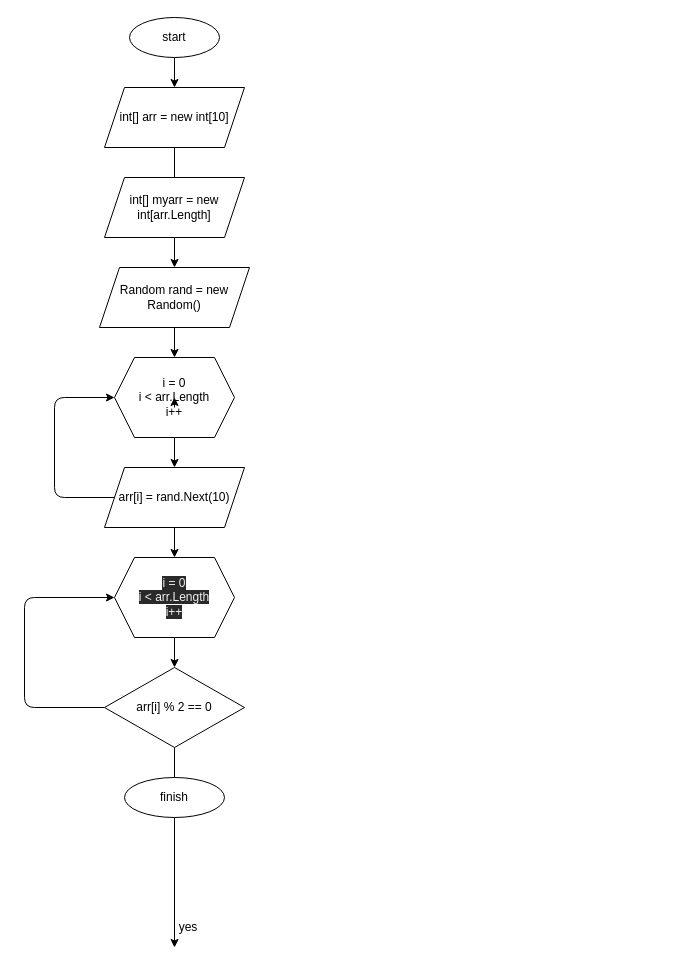
This is block diagram.drawio from dapir/credit-work, a draw.io file, before an edit. Source tidied: cells renumbered, new cells numbered last; positions are measured from the earlier drawing's top-left corner, leaving out a move shared by most shapes. Both pictures are drawn from the tidied source at 100%, with x=0, y=0 at pixel (24, 17).
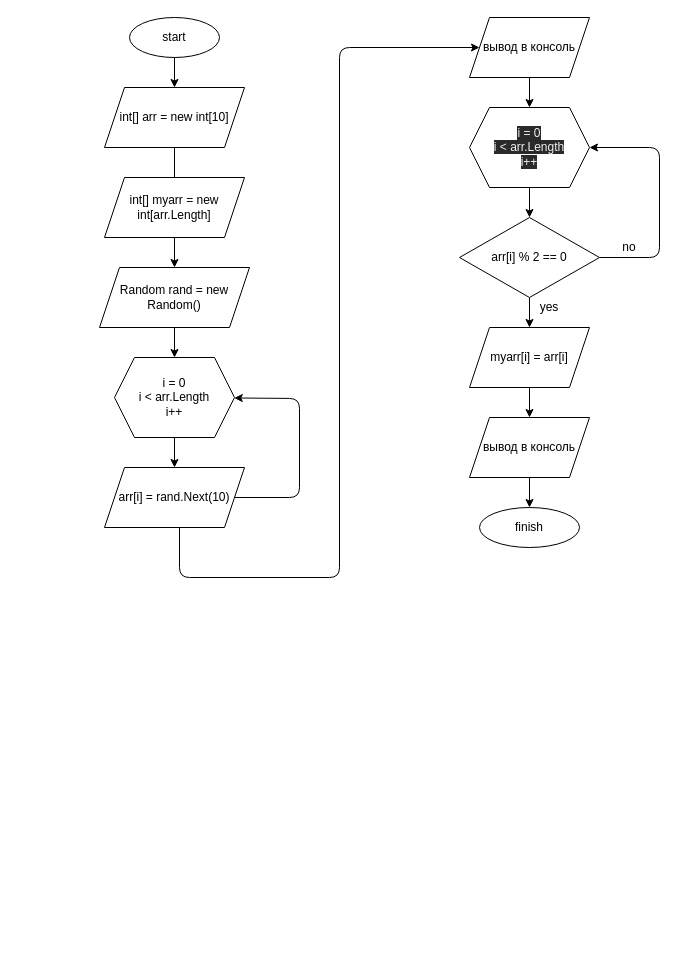
Above is the later version.

Commit message:
подкорректировал блок-схему

The change refers to these unchanged cells:
```xml
<mxCell id="5" value="i = 0&lt;br&gt;i &amp;lt; arr.Length&lt;br&gt;i++" style="shape=hexagon;perimeter=hexagonPerimeter2;whiteSpace=wrap;html=1;fixedSize=1;" parent="1" vertex="1">
  <mxGeometry x="90" y="340" width="120" height="80" as="geometry" />
</mxCell>
<mxCell id="13" value="arr[i] = rand.Next(10)" style="shape=parallelogram;perimeter=parallelogramPerimeter;whiteSpace=wrap;html=1;fixedSize=1;" parent="1" vertex="1">
  <mxGeometry x="80" y="450" width="140" height="60" as="geometry" />
</mxCell>
```

Change to the diagram source:
```diff
@@
-    <mxCell id="8" style="edgeStyle=none;html=1;" parent="1" edge="1" target="5">
-      <mxGeometry relative="1" as="geometry">
-        <mxPoint x="150" y="390" as="sourcePoint" />
-      </mxGeometry>
-    </mxCell>
@@
-    <mxCell id="11" style="edgeStyle=none;html=1;" parent="1" edge="1" source="13">
-      <mxGeometry relative="1" as="geometry">
-        <mxPoint x="150" y="540" as="targetPoint" />
-      </mxGeometry>
-    </mxCell>
-    <mxCell id="12" style="edgeStyle=none;html=1;entryX=0;entryY=0.5;entryDx=0;entryDy=0;" parent="1" edge="1" source="13" target="5">
+    <mxCell id="12" style="edgeStyle=none;html=1;exitX=1;exitY=0.5;exitDx=0;exitDy=0;" parent="1" edge="1" source="13" target="5">
       <mxGeometry relative="1" as="geometry">
         <Array as="points">
-          <mxPoint x="30" y="480" />
-          <mxPoint x="30" y="380" />
+          <mxPoint x="275" y="480" />
+          <mxPoint x="275" y="381" />
         </Array>
       </mxGeometry>
     </mxCell>
+    <mxCell id="23" style="edgeStyle=none;html=1;entryX=0;entryY=0.5;entryDx=0;entryDy=0;" parent="1" edge="1" target="28">
+      <mxGeometry relative="1" as="geometry">
+        <mxPoint x="155" y="510" as="sourcePoint" />
+        <Array as="points">
+          <mxPoint x="155" y="560" />
+          <mxPoint x="315" y="560" />
+          <mxPoint x="315" y="30" />
+        </Array>
+      </mxGeometry>
+    </mxCell>
@@
     <mxCell id="15" value="&#10;&#10;&lt;span style=&quot;color: rgb(240, 240, 240); font-family: helvetica; font-size: 12px; font-style: normal; font-weight: 400; letter-spacing: normal; text-align: center; text-indent: 0px; text-transform: none; word-spacing: 0px; background-color: rgb(42, 42, 42); display: inline; float: none;&quot;&gt;i = 0&lt;/span&gt;&lt;br style=&quot;color: rgb(240, 240, 240); font-family: helvetica; font-size: 12px; font-style: normal; font-weight: 400; letter-spacing: normal; text-align: center; text-indent: 0px; text-transform: none; word-spacing: 0px; background-color: rgb(42, 42, 42);&quot;&gt;&lt;span style=&quot;color: rgb(240, 240, 240); font-family: helvetica; font-size: 12px; font-style: normal; font-weight: 400; letter-spacing: normal; text-align: center; text-indent: 0px; text-transform: none; word-spacing: 0px; background-color: rgb(42, 42, 42); display: inline; float: none;&quot;&gt;i &amp;lt; arr.Length&lt;/span&gt;&lt;br style=&quot;color: rgb(240, 240, 240); font-family: helvetica; font-size: 12px; font-style: normal; font-weight: 400; letter-spacing: normal; text-align: center; text-indent: 0px; text-transform: none; word-spacing: 0px; background-color: rgb(42, 42, 42);&quot;&gt;&lt;span style=&quot;color: rgb(240, 240, 240); font-family: helvetica; font-size: 12px; font-style: normal; font-weight: 400; letter-spacing: normal; text-align: center; text-indent: 0px; text-transform: none; word-spacing: 0px; background-color: rgb(42, 42, 42); display: inline; float: none;&quot;&gt;i++&lt;/span&gt;&#10;&#10;" style="shape=hexagon;perimeter=hexagonPerimeter2;whiteSpace=wrap;html=1;fixedSize=1;" parent="1" vertex="1">
-      <mxGeometry x="90" y="540" width="120" height="80" as="geometry" />
+      <mxGeometry x="445" y="90" width="120" height="80" as="geometry" />
     </mxCell>
-    <mxCell id="16" style="edgeStyle=none;html=1;" parent="1" edge="1" source="18">
-      <mxGeometry relative="1" as="geometry">
-        <mxPoint x="150" y="930" as="targetPoint" />
-      </mxGeometry>
-    </mxCell>
+    <mxCell id="24" style="edgeStyle=none;html=1;" parent="1" edge="1" source="18" target="26">
+      <mxGeometry relative="1" as="geometry" />
+    </mxCell>
-    <mxCell id="17" style="edgeStyle=none;html=1;entryX=0;entryY=0.5;entryDx=0;entryDy=0;" parent="1" edge="1" source="18" target="15">
+    <mxCell id="17" style="edgeStyle=none;html=1;entryX=1;entryY=0.5;entryDx=0;entryDy=0;" parent="1" edge="1" source="18" target="15">
       <mxGeometry relative="1" as="geometry">
         <Array as="points">
-          <mxPoint y="690" />
-          <mxPoint y="580" />
+          <mxPoint x="635" y="240" />
+          <mxPoint x="635" y="130" />
         </Array>
       </mxGeometry>
     </mxCell>
     <mxCell id="18" value="arr[i] % 2 == 0" style="rhombus;whiteSpace=wrap;html=1;" parent="1" vertex="1">
-      <mxGeometry x="80" y="650" width="140" height="80" as="geometry" />
+      <mxGeometry x="435" y="200" width="140" height="80" as="geometry" />
     </mxCell>
     <mxCell id="19" value="finish" style="ellipse;whiteSpace=wrap;html=1;" parent="1" vertex="1">
-      <mxGeometry x="100" y="760" width="100" height="40" as="geometry" />
+      <mxGeometry x="455" y="490" width="100" height="40" as="geometry" />
     </mxCell>
     <mxCell id="20" value="yes" style="text;html=1;strokeColor=none;fillColor=none;align=center;verticalAlign=middle;whiteSpace=wrap;rounded=0;" parent="1" vertex="1">
-      <mxGeometry x="144" y="900" width="40" height="20" as="geometry" />
+      <mxGeometry x="505" y="280" width="40" height="20" as="geometry" />
     </mxCell>
@@
+    <mxCell id="25" style="edgeStyle=none;html=1;" parent="1" edge="1" source="26" target="31">
+      <mxGeometry relative="1" as="geometry" />
+    </mxCell>
+    <mxCell id="26" value="myarr[i] = arr[i]" style="shape=parallelogram;perimeter=parallelogramPerimeter;whiteSpace=wrap;html=1;fixedSize=1;" parent="1" vertex="1">
+      <mxGeometry x="445" y="310" width="120" height="60" as="geometry" />
+    </mxCell>
+    <mxCell id="27" style="edgeStyle=none;html=1;" parent="1" edge="1" source="28" target="15">
+      <mxGeometry relative="1" as="geometry" />
+    </mxCell>
+    <mxCell id="28" value="вывод в консоль" style="shape=parallelogram;perimeter=parallelogramPerimeter;whiteSpace=wrap;html=1;fixedSize=1;" parent="1" vertex="1">
+      <mxGeometry x="445" width="120" height="60" as="geometry" />
+    </mxCell>
+    <mxCell id="29" value="no" style="text;html=1;strokeColor=none;fillColor=none;align=center;verticalAlign=middle;whiteSpace=wrap;rounded=0;" parent="1" vertex="1">
+      <mxGeometry x="585" y="220" width="40" height="20" as="geometry" />
+    </mxCell>
+    <mxCell id="30" style="edgeStyle=none;html=1;" parent="1" edge="1" source="31" target="19">
+      <mxGeometry relative="1" as="geometry" />
+    </mxCell>
+    <mxCell id="31" value="вывод в консоль" style="shape=parallelogram;perimeter=parallelogramPerimeter;whiteSpace=wrap;html=1;fixedSize=1;" parent="1" vertex="1">
+      <mxGeometry x="445" y="400" width="120" height="60" as="geometry" />
+    </mxCell>
```
